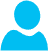
ai-deep-learning/doc-rag-harness keeps this draw.io diagram as overview.png. Above is the earlier version. Source tidied: cells renumbered, new cells last; positions are measured from the earlier drawing's top-left corner, leaving out a move shared by most shapes. Source of this version:
```xml
<mxGraphModel>
  <root>
    <mxCell id="0" />
    <mxCell id="1" parent="0" />
    <mxCell id="2" style="verticalLabelPosition=bottom;html=1;verticalAlign=top;align=center;strokeColor=none;fillColor=#00BEF2;shape=mxgraph.azure.user;" parent="1" vertex="1">
      <mxGeometry width="47.5" height="50" as="geometry" />
    </mxCell>
  </root>
</mxGraphModel>
```
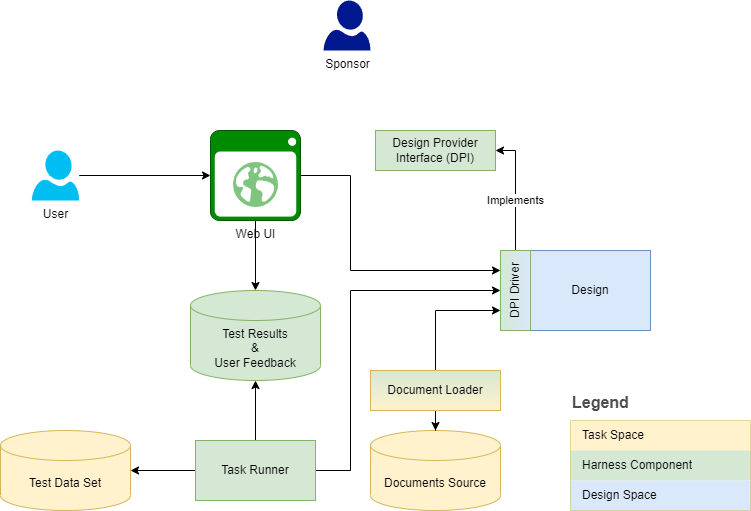
After the commit.

Change to the diagram source:
```diff
@@ -2,8 +2,94 @@
   <root>
     <mxCell id="0" />
     <mxCell id="1" parent="0" />
+    <mxCell id="3" style="edgeStyle=orthogonalEdgeStyle;rounded=0;jettySize=auto;html=1;fontColor=#000000;" parent="1" edge="1" source="2" target="25">
+      <mxGeometry relative="1" as="geometry" />
+    </mxCell>
-    <mxCell id="2" style="verticalLabelPosition=bottom;html=1;verticalAlign=top;align=center;strokeColor=none;fillColor=#00BEF2;shape=mxgraph.azure.user;" parent="1" vertex="1">
-      <mxGeometry width="47.5" height="50" as="geometry" />
+    <mxCell id="2" value="User" style="verticalLabelPosition=bottom;html=1;verticalAlign=top;align=center;strokeColor=none;fillColor=#00BEF2;shape=mxgraph.azure.user;" parent="1" vertex="1">
+      <mxGeometry x="0.1" width="47.5" height="50" as="geometry" />
     </mxCell>
+    <mxCell id="4" value="Sponsor" style="sketch=0;shadow=0;dashed=0;html=1;strokeColor=none;labelPosition=center;verticalLabelPosition=bottom;verticalAlign=top;align=center;fillColor=#00188D;shape=mxgraph.azure.user;" parent="1" vertex="1">
+      <mxGeometry x="291.8" y="-150" width="47" height="50" as="geometry" />
+    </mxCell>
+    <mxCell id="5" value="Documents Source" style="shape=cylinder3;whiteSpace=wrap;html=1;boundedLbl=1;backgroundOutline=1;size=15;fillColor=#fff2cc;strokeColor=#d6b656;" parent="1" vertex="1">
+      <mxGeometry x="338.8" y="280" width="130" height="80" as="geometry" />
+    </mxCell>
+    <mxCell id="6" value="Design" style="rounded=0;whiteSpace=wrap;html=1;fillColor=#dae8fc;strokeColor=#6c8ebf;" parent="1" vertex="1">
+      <mxGeometry x="498.8" y="100" width="120" height="80" as="geometry" />
+    </mxCell>
+    <mxCell id="7" value="Legend" style="align=left;fontSize=16;fontStyle=1;strokeColor=none;fillColor=none;fontColor=#4D4D4D;spacingTop=-8;" parent="1" vertex="1">
+      <mxGeometry x="538.8" y="240" width="180" height="30" as="geometry" />
+    </mxCell>
+    <mxCell id="8" style="shape=table;html=1;whiteSpace=wrap;startSize=0;fillColor=#fff2cc;align=left;spacingLeft=10;strokeColor=#d6b656;rounded=1;arcSize=11;" parent="1" vertex="1">
+      <mxGeometry x="538.8" y="270" width="180" height="90" as="geometry" />
+    </mxCell>
+    <mxCell id="9" value="Task Space" style="shape=partialRectangle;html=1;whiteSpace=wrap;fillColor=#fff2cc;top=0;left=0;bottom=0;right=0;overflow=hidden;align=left;spacingLeft=10;strokeColor=#d6b656;" parent="8" vertex="1">
+      <mxGeometry width="180" height="30" as="geometry" />
+    </mxCell>
+    <mxCell id="10" value="Harness Component" style="shape=partialRectangle;html=1;whiteSpace=wrap;fillColor=#d5e8d4;top=0;left=0;bottom=0;right=0;overflow=hidden;align=left;spacingLeft=10;strokeColor=#82b366;" parent="8" vertex="1">
+      <mxGeometry y="30" width="180" height="30" as="geometry" />
+    </mxCell>
+    <mxCell id="11" value="Design Space" style="shape=partialRectangle;html=1;whiteSpace=wrap;fillColor=#dae8fc;top=0;left=0;bottom=0;right=0;overflow=hidden;align=left;spacingLeft=10;strokeColor=#6c8ebf;" parent="8" vertex="1">
+      <mxGeometry y="60" width="180" height="30" as="geometry" />
+    </mxCell>
+    <mxCell id="12" value="Implements" style="edgeStyle=orthogonalEdgeStyle;rounded=0;jettySize=auto;html=1;entryX=1;entryY=0.5;entryDx=0;entryDy=0;" parent="1" edge="1" source="13" target="14">
+      <mxGeometry x="-0.17" relative="1" as="geometry">
+        <Array as="points">
+          <mxPoint x="483.8" />
+        </Array>
+      </mxGeometry>
+    </mxCell>
+    <mxCell id="13" value="DPI Driver" style="rounded=0;whiteSpace=wrap;html=1;horizontal=0;fillColor=#d5e8d4;strokeColor=#82b366;gradientColor=#dae8fc;gradientDirection=east;" parent="1" vertex="1">
+      <mxGeometry x="468.8" y="100" width="30" height="80" as="geometry" />
+    </mxCell>
+    <mxCell id="14" value="Design Provider Interface (DPI)" style="rounded=0;whiteSpace=wrap;html=1;labelBorderColor=none;gradientDirection=east;fillColor=#d5e8d4;strokeColor=#82b366;" parent="1" vertex="1">
+      <mxGeometry x="343.8" y="-20" width="120" height="40" as="geometry" />
+    </mxCell>
+    <mxCell id="15" value="Test Data Set" style="shape=cylinder3;whiteSpace=wrap;html=1;boundedLbl=1;backgroundOutline=1;size=15;labelBorderColor=none;gradientDirection=east;fillColor=#fff2cc;strokeColor=#d6b656;" parent="1" vertex="1">
+      <mxGeometry x="-31.2" y="280" width="130" height="80" as="geometry" />
+    </mxCell>
+    <mxCell id="16" style="edgeStyle=orthogonalEdgeStyle;rounded=0;jettySize=auto;html=1;entryX=0;entryY=0.5;entryDx=0;entryDy=0;" parent="1" edge="1" source="19" target="13">
+      <mxGeometry relative="1" as="geometry">
+        <Array as="points">
+          <mxPoint x="318.8" y="320" />
+          <mxPoint x="318.8" y="140" />
+        </Array>
+      </mxGeometry>
+    </mxCell>
+    <mxCell id="17" style="edgeStyle=orthogonalEdgeStyle;rounded=0;jettySize=auto;html=1;" parent="1" edge="1" source="19" target="15">
+      <mxGeometry relative="1" as="geometry" />
+    </mxCell>
+    <mxCell id="18" style="edgeStyle=orthogonalEdgeStyle;rounded=0;jettySize=auto;html=1;fontColor=#000000;" parent="1" edge="1" source="19" target="26">
+      <mxGeometry relative="1" as="geometry" />
+    </mxCell>
+    <mxCell id="19" value="Task Runner" style="rounded=0;whiteSpace=wrap;html=1;labelBorderColor=none;gradientDirection=east;fillColor=#d5e8d4;strokeColor=#82b366;" parent="1" vertex="1">
+      <mxGeometry x="163.8" y="290" width="120" height="60" as="geometry" />
+    </mxCell>
+    <mxCell id="20" style="edgeStyle=orthogonalEdgeStyle;rounded=0;jettySize=auto;html=1;" parent="1" edge="1" source="22" target="5">
+      <mxGeometry relative="1" as="geometry" />
+    </mxCell>
+    <mxCell id="21" style="edgeStyle=orthogonalEdgeStyle;rounded=0;jettySize=auto;html=1;entryX=0;entryY=0.75;entryDx=0;entryDy=0;" parent="1" edge="1" source="22" target="13">
+      <mxGeometry relative="1" as="geometry" />
+    </mxCell>
+    <mxCell id="22" value="Document Loader" style="rounded=0;whiteSpace=wrap;html=1;labelBorderColor=none;gradientDirection=north;fillColor=#fff2cc;strokeColor=#d6b656;gradientColor=#d5e8d4;" parent="1" vertex="1">
+      <mxGeometry x="338.8" y="220" width="130" height="40" as="geometry" />
+    </mxCell>
+    <mxCell id="23" style="edgeStyle=orthogonalEdgeStyle;rounded=0;jettySize=auto;html=1;entryX=0;entryY=0.25;entryDx=0;entryDy=0;fontColor=#000000;" parent="1" edge="1" source="25" target="13">
+      <mxGeometry relative="1" as="geometry">
+        <Array as="points">
+          <mxPoint x="318.8" y="25" />
+          <mxPoint x="318.8" y="120" />
+        </Array>
+      </mxGeometry>
+    </mxCell>
+    <mxCell id="24" style="edgeStyle=orthogonalEdgeStyle;rounded=0;jettySize=auto;html=1;fontColor=#000000;" parent="1" edge="1" source="25" target="26">
+      <mxGeometry relative="1" as="geometry" />
+    </mxCell>
+    <mxCell id="25" value="Web UI" style="shadow=0;dashed=0;html=1;strokeColor=#005700;fillColor=#008a00;labelPosition=center;verticalLabelPosition=bottom;verticalAlign=top;align=center;outlineConnect=0;shape=mxgraph.veeam.2d.web_ui;labelBorderColor=none;fontColor=#000000;" parent="1" vertex="1">
+      <mxGeometry x="178.8" y="-20" width="90" height="90" as="geometry" />
+    </mxCell>
+    <mxCell id="26" value="Test Results&lt;br&gt;&amp;amp;&lt;br&gt;User Feedback" style="shape=cylinder3;whiteSpace=wrap;html=1;boundedLbl=1;backgroundOutline=1;size=15;labelBorderColor=none;gradientDirection=north;fillColor=#d5e8d4;strokeColor=#82b366;" parent="1" vertex="1">
+      <mxGeometry x="158.8" y="140" width="130" height="90" as="geometry" />
+    </mxCell>
   </root>
 </mxGraphModel>
```
